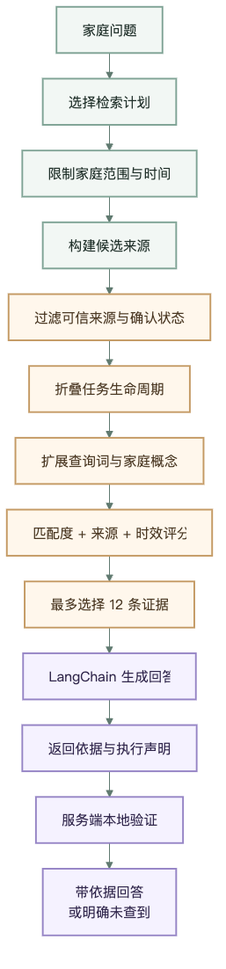
Before: docs/assets/rag-pipeline-mobile.png, a diagram exported from Mermaid (sujianleo/Family). Its source is kept beside it as docs/rag-pipeline-mobile.mmd.
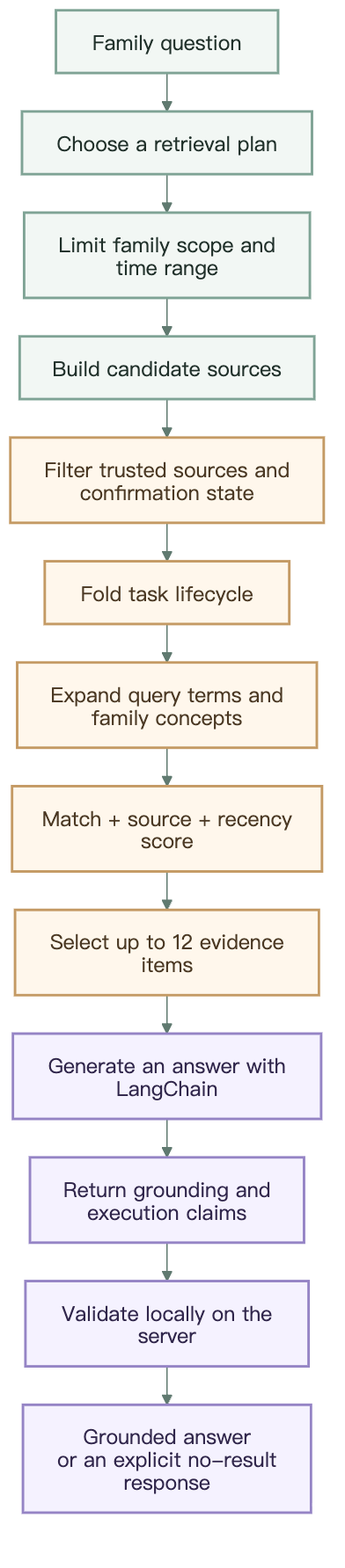
The same file after the commit.

Diff of the diagram source:
```diff
@@ -1,17 +1,17 @@
-%%{init: {"theme": "base", "themeVariables": {"fontFamily": "system-ui, sans-serif", "primaryColor": "#F2F7F4", "primaryTextColor": "#20302A", "primaryBorderColor": "#7FA395", "lineColor": "#607A70", "secondaryColor": "#FFF7EC", "tertiaryColor": "#F5F2FF"}, "flowchart": {"curve": "basis", "nodeSpacing": 24, "rankSpacing": 30}}}%%
+%%{init: {"theme": "base", "htmlLabels": false, "themeVariables": {"fontFamily": "Arial, sans-serif", "primaryColor": "#F2F7F4", "primaryTextColor": "#20302A", "primaryBorderColor": "#7FA395", "lineColor": "#607A70", "secondaryColor": "#FFF7EC", "tertiaryColor": "#F5F2FF"}, "flowchart": {"curve": "basis", "nodeSpacing": 24, "rankSpacing": 30, "htmlLabels": false}}}%%
 flowchart TB
-  Q["家庭问题"] --> PLAN["选择检索计划"]
-  PLAN --> SCOPE["限制家庭范围与时间"]
-  SCOPE --> SOURCE["构建候选来源"]
-  SOURCE --> TRUST["过滤可信来源与确认状态"]
-  TRUST --> FOLD["折叠任务生命周期"]
-  FOLD --> TERMS["扩展查询词与家庭概念"]
-  TERMS --> SCORE["匹配度 + 来源 + 时效评分"]
-  SCORE --> TOP["最多选择 12 条证据"]
-  TOP --> LLM["LangChain 生成回答"]
-  LLM --> CONTRACT["返回依据与执行声明"]
-  CONTRACT --> VERIFY["服务端本地验证"]
-  VERIFY --> ANSWER["带依据回答<br/>或明确未查到"]
+  Q["Family question"] --> PLAN["Choose a retrieval plan"]
+  PLAN --> SCOPE["Limit family scope and time range"]
+  SCOPE --> SOURCE["Build candidate sources"]
+  SOURCE --> TRUST["Filter trusted sources and confirmation state"]
+  TRUST --> FOLD["Fold task lifecycle"]
+  FOLD --> TERMS["Expand query terms and family concepts"]
+  TERMS --> SCORE["Match + source + recency score"]
+  SCORE --> TOP["Select up to 12 evidence items"]
+  TOP --> LLM["Generate an answer with LangChain"]
+  LLM --> CONTRACT["Return grounding and execution claims"]
+  CONTRACT --> VERIFY["Validate locally on the server"]
+  VERIFY --> ANSWER["Grounded answer<br/>or an explicit no-result response"]
 
   classDef source fill:#F2F7F4,stroke:#7FA395,color:#20302A,stroke-width:2px;
   classDef filter fill:#FFF7EC,stroke:#C49A64,color:#4A3823,stroke-width:2px;
```
